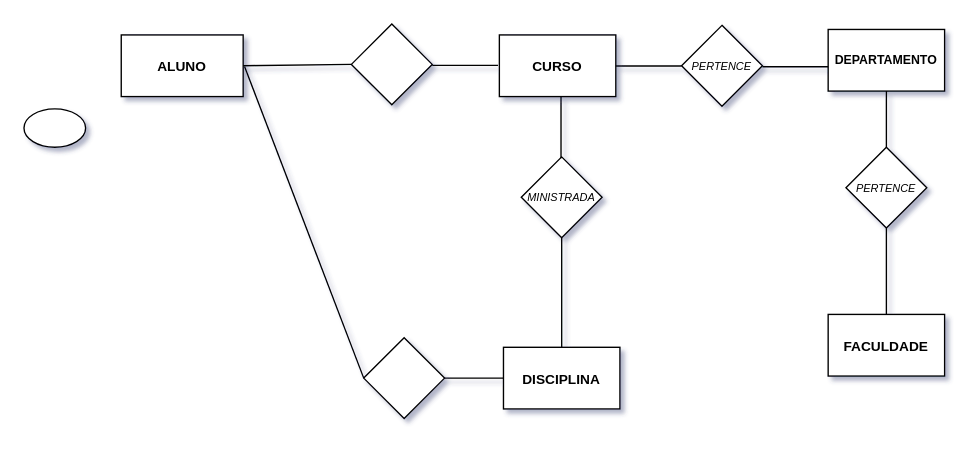
Before: Diagrama sem nome.drawio in dyannacruz/fatec_Bancos_e_armazens_de_dados, a draw.io diagram. Source tidied: cells renumbered, new cells numbered last; positions are measured from the earlier drawing's top-left corner, leaving out a move shared by most shapes. Both pictures are drawn from the tidied source at 137%, with x=0, y=0 at pixel (23, 23).
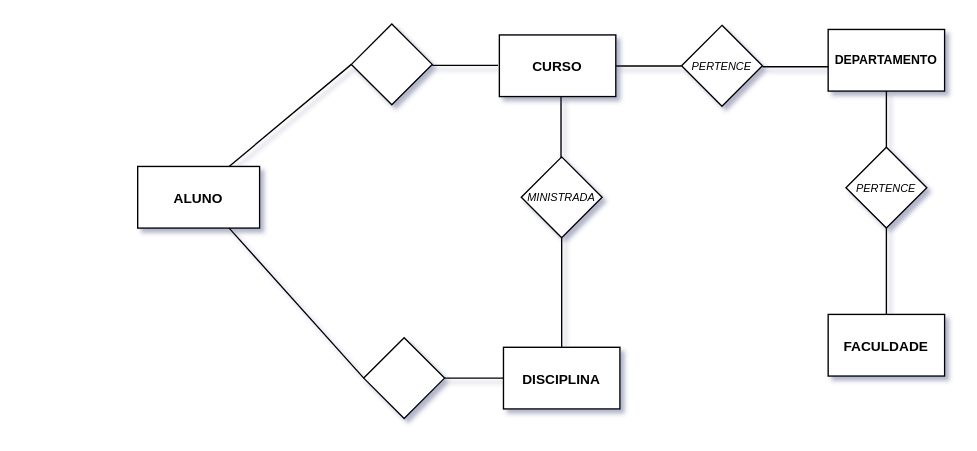
Above is the later version.

Unchanged cells that the change refers to:
```xml
<mxCell id="8" style="rhombus;whiteSpace=wrap;html=1;fontStyle=2;labelBackgroundColor=none;rounded=0;fontSize=8;" parent="1" vertex="1">
  <mxGeometry x="239" width="59" height="59" as="geometry" />
</mxCell>
<mxCell id="9" style="rhombus;whiteSpace=wrap;html=1;fontStyle=2;labelBackgroundColor=none;rounded=0;fontSize=8;" parent="1" vertex="1">
  <mxGeometry x="248" y="229" width="59" height="59" as="geometry" />
</mxCell>
```

What changed in the source:
```diff
@@
-    <mxCell id="2" style="ellipse;whiteSpace=wrap;html=1;labelBackgroundColor=none;rounded=0;fontSize=8;" parent="1" vertex="1">
-      <mxGeometry y="62" width="45" height="28" as="geometry" />
-    </mxCell>
     <mxCell id="3" value="ALUNO" style="rounded=0;whiteSpace=wrap;html=1;labelBackgroundColor=none;labelBorderColor=none;fontStyle=1;fontSize=10;" parent="1" vertex="1">
-      <mxGeometry x="71" y="8" width="89" height="45" as="geometry" />
+      <mxGeometry x="83" y="104" width="89" height="45" as="geometry" />
     </mxCell>
@@
-    <mxCell id="12" style="endArrow=none;html=1;rounded=0;fontColor=default;exitX=1;exitY=0.5;exitDx=0;exitDy=0;labelBackgroundColor=none;entryX=0;entryY=0.5;entryDx=0;entryDy=0;" parent="1" edge="1" source="3" target="8">
+    <mxCell id="12" style="endArrow=none;html=1;rounded=0;fontColor=default;exitX=0.75;exitY=0;exitDx=0;exitDy=0;labelBackgroundColor=none;entryX=0;entryY=0.5;entryDx=0;entryDy=0;" parent="1" edge="1" source="3" target="8">
       <mxGeometry relative="1" as="geometry" />
     </mxCell>
@@
-    <mxCell id="16" style="endArrow=none;html=1;rounded=0;fontColor=default;entryX=0;entryY=0.5;entryDx=0;entryDy=0;labelBackgroundColor=none;" parent="1" edge="1" target="9">
-      <mxGeometry relative="1" as="geometry">
-        <mxPoint x="161" y="31" as="sourcePoint" />
-      </mxGeometry>
+    <mxCell id="16" style="endArrow=none;html=1;rounded=0;fontColor=default;entryX=0;entryY=0.5;entryDx=0;entryDy=0;labelBackgroundColor=none;exitX=0.75;exitY=1;exitDx=0;exitDy=0;" parent="1" edge="1" source="3" target="9">
+      <mxGeometry relative="1" as="geometry" />
     </mxCell>
```
